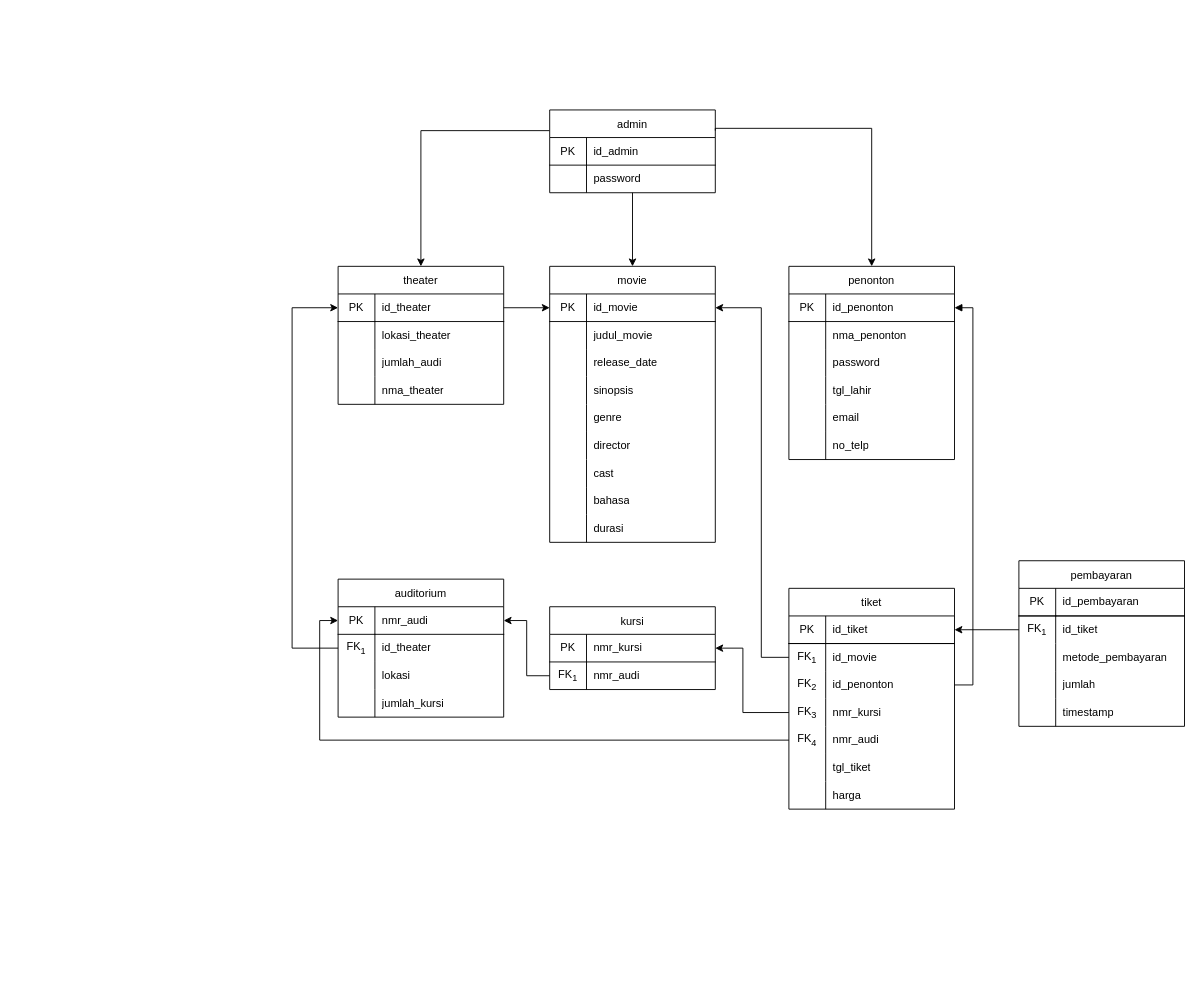
Before: e-commerce_cdm.drawio in vinnnna/sistem-basis-data, a draw.io diagram. Source tidied: cells renumbered, new cells numbered last; positions are measured from the earlier drawing's top-left corner, leaving out a move shared by most shapes. Both pictures are drawn from the tidied source at 92%, with x=0, y=0 at pixel (292, 109).
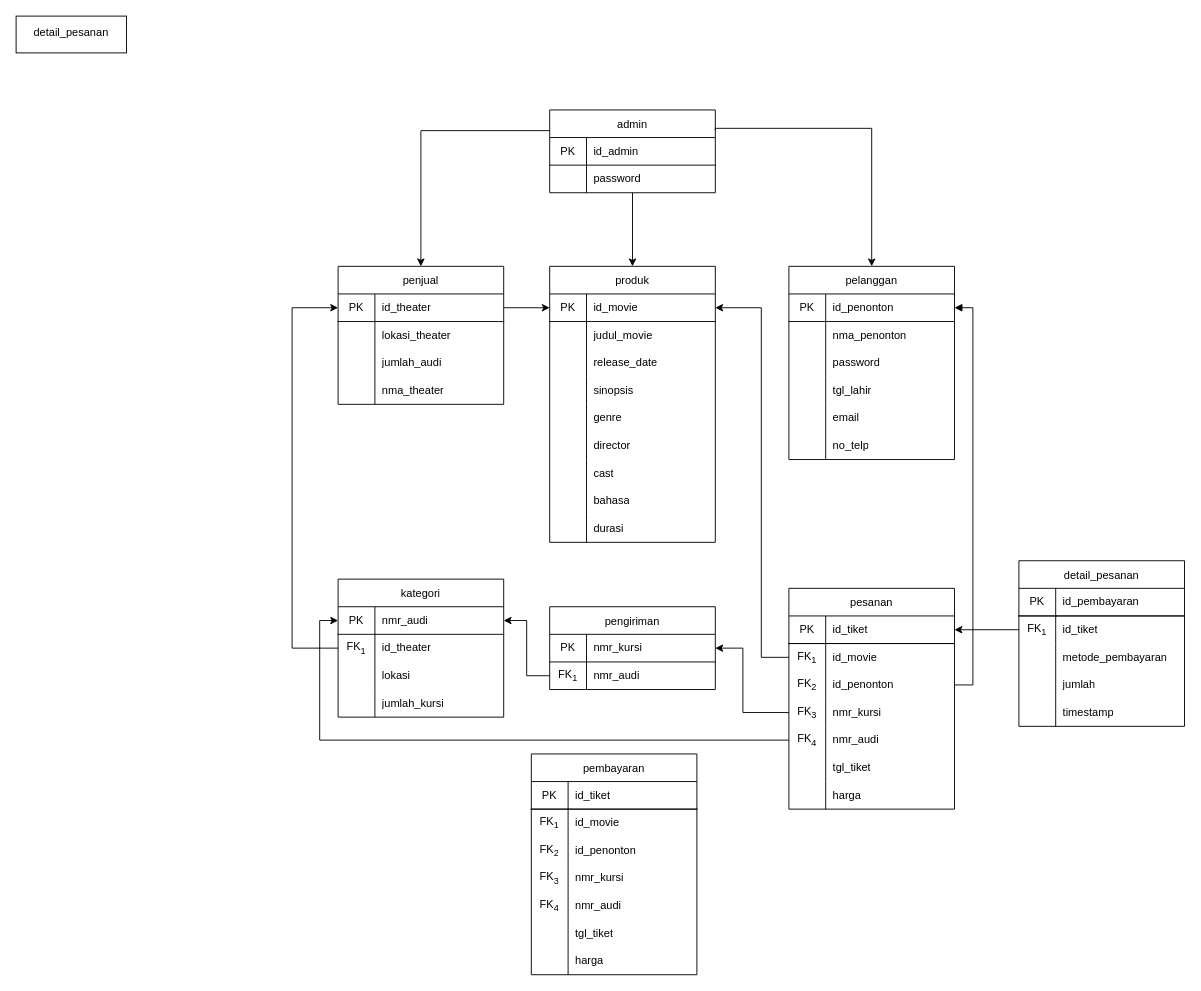
Above is the later version.

Diff of the diagram source:
```diff
@@
-    <mxCell id="2" value="theater" style="shape=table;startSize=30;childLayout=tableLayout;rowLines=0;fontStyle=0;strokeColor=default;fontSize=12;" parent="1" vertex="1">
+    <mxCell id="2" value="penjual" style="shape=table;startSize=30;childLayout=tableLayout;rowLines=0;fontStyle=0;strokeColor=default;fontSize=12;" parent="1" vertex="1">
       <mxGeometry x="50" y="170" width="180" height="150" as="geometry" />
     </mxCell>
@@
-    <mxCell id="15" value="movie" style="shape=table;startSize=30;childLayout=tableLayout;rowLines=0;fontStyle=0;strokeColor=default;fontSize=12;" parent="1" vertex="1">
+    <mxCell id="15" value="produk" style="shape=table;startSize=30;childLayout=tableLayout;rowLines=0;fontStyle=0;strokeColor=default;fontSize=12;" parent="1" vertex="1">
       <mxGeometry x="280" y="170" width="180" height="300" as="geometry" />
     </mxCell>
@@
-    <mxCell id="43" value="tiket" style="shape=table;startSize=30;childLayout=tableLayout;rowLines=0;fontStyle=0;strokeColor=default;fontSize=12;" parent="1" vertex="1">
+    <mxCell id="43" value="pesanan" style="shape=table;startSize=30;childLayout=tableLayout;rowLines=0;fontStyle=0;strokeColor=default;fontSize=12;" parent="1" vertex="1">
       <mxGeometry x="540" y="520" width="180" height="240" as="geometry" />
     </mxCell>
@@
-    <mxCell id="65" value="pembayaran" style="shape=table;startSize=30;childLayout=tableLayout;rowLines=0;fontStyle=0;strokeColor=default;fontSize=12;" parent="1" vertex="1">
+    <mxCell id="65" value="detail_pesanan" style="shape=table;startSize=30;childLayout=tableLayout;rowLines=0;fontStyle=0;strokeColor=default;fontSize=12;" parent="1" vertex="1">
       <mxGeometry x="790" y="490" width="180" height="180" as="geometry" />
     </mxCell>
@@
-    <mxCell id="81" value="penonton" style="shape=table;startSize=30;childLayout=tableLayout;rowLines=0;fontStyle=0;strokeColor=default;fontSize=12;" parent="1" vertex="1">
+    <mxCell id="81" value="pelanggan" style="shape=table;startSize=30;childLayout=tableLayout;rowLines=0;fontStyle=0;strokeColor=default;fontSize=12;" parent="1" vertex="1">
       <mxGeometry x="540" y="170" width="180" height="210" as="geometry" />
     </mxCell>
@@
-    <mxCell id="109" value="auditorium" style="shape=table;startSize=30;childLayout=tableLayout;rowLines=0;fontStyle=0;strokeColor=default;fontSize=12;" parent="1" vertex="1">
+    <mxCell id="109" value="kategori" style="shape=table;startSize=30;childLayout=tableLayout;rowLines=0;fontStyle=0;strokeColor=default;fontSize=12;" parent="1" vertex="1">
       <mxGeometry x="50" y="510" width="180" height="150" as="geometry" />
     </mxCell>
@@
-    <mxCell id="122" value="kursi" style="shape=table;startSize=30;childLayout=tableLayout;rowLines=0;fontStyle=0;strokeColor=default;fontSize=12;" parent="1" vertex="1">
+    <mxCell id="122" value="pengiriman" style="shape=table;startSize=30;childLayout=tableLayout;rowLines=0;fontStyle=0;strokeColor=default;fontSize=12;" parent="1" vertex="1">
       <mxGeometry x="280" y="540" width="180" height="90" as="geometry" />
     </mxCell>
@@
+    <mxCell id="138" value="detail_pesanan" style="whiteSpace=wrap;html=1;shadow=0;strokeWidth=1;spacing=6;spacingTop=-4;" parent="1" vertex="1">
+      <mxGeometry x="-300" y="-102" width="120" height="40" as="geometry" />
+    </mxCell>
+    <mxCell id="139" value="pembayaran" style="shape=table;startSize=30;childLayout=tableLayout;rowLines=0;fontStyle=0;strokeColor=default;fontSize=12;" parent="1" vertex="1">
+      <mxGeometry x="260" y="700" width="180" height="240" as="geometry" />
+    </mxCell>
+    <mxCell id="140" style="shape=tableRow;horizontal=0;startSize=0;swimlaneHead=0;swimlaneBody=0;top=0;left=0;bottom=0;right=0;fillColor=none;strokeColor=inherit;fontSize=12;" parent="139" vertex="1">
+      <mxGeometry y="30" width="180" height="30" as="geometry" />
+    </mxCell>
+    <mxCell id="141" value="PK" style="shape=partialRectangle;html=1;whiteSpace=wrap;fillColor=none;top=0;left=0;bottom=1;right=0;overflow=hidden;strokeColor=inherit;fontSize=12;" parent="140" vertex="1">
+      <mxGeometry width="40" height="30" as="geometry" />
+    </mxCell>
+    <mxCell id="142" value="id_tiket" style="shape=partialRectangle;html=1;whiteSpace=wrap;fillColor=none;top=0;left=0;bottom=1;right=0;align=left;spacingLeft=6;overflow=hidden;strokeColor=inherit;fontSize=12;strokeWidth=1;" parent="140" vertex="1">
+      <mxGeometry x="40" width="140" height="30" as="geometry" />
+    </mxCell>
+    <mxCell id="143" style="shape=tableRow;horizontal=0;startSize=0;swimlaneHead=0;swimlaneBody=0;top=0;left=0;bottom=0;right=0;fillColor=none;strokeColor=inherit;fontSize=12;" parent="139" vertex="1">
+      <mxGeometry y="60" width="180" height="30" as="geometry" />
+    </mxCell>
+    <mxCell id="144" value="FK&lt;sub&gt;1&lt;/sub&gt;" style="shape=partialRectangle;html=1;whiteSpace=wrap;fillColor=none;top=1;left=0;bottom=0;right=0;overflow=hidden;strokeColor=inherit;fontSize=12;" parent="143" vertex="1">
+      <mxGeometry width="40" height="30" as="geometry" />
+    </mxCell>
+    <mxCell id="145" value="id_movie" style="shape=partialRectangle;html=1;whiteSpace=wrap;fillColor=none;top=1;left=0;bottom=0;right=0;align=left;spacingLeft=6;overflow=hidden;strokeColor=inherit;fontSize=12;" parent="143" vertex="1">
+      <mxGeometry x="40" width="140" height="30" as="geometry" />
+    </mxCell>
+    <mxCell id="146" style="shape=tableRow;horizontal=0;startSize=0;swimlaneHead=0;swimlaneBody=0;top=0;left=0;bottom=0;right=0;fillColor=none;strokeColor=inherit;fontSize=12;" parent="139" vertex="1">
+      <mxGeometry y="90" width="180" height="30" as="geometry" />
+    </mxCell>
+    <mxCell id="147" value="FK&lt;sub&gt;2&lt;/sub&gt;" style="shape=partialRectangle;html=1;whiteSpace=wrap;fillColor=none;top=0;left=0;bottom=0;right=0;overflow=hidden;strokeColor=inherit;fontSize=12;" parent="146" vertex="1">
+      <mxGeometry width="40" height="30" as="geometry" />
+    </mxCell>
+    <mxCell id="148" value="id_penonton" style="shape=partialRectangle;html=1;whiteSpace=wrap;fillColor=none;top=0;left=0;bottom=0;right=0;align=left;spacingLeft=6;overflow=hidden;strokeColor=inherit;fontSize=12;" parent="146" vertex="1">
+      <mxGeometry x="40" width="140" height="30" as="geometry" />
+    </mxCell>
+    <mxCell id="149" style="shape=tableRow;horizontal=0;startSize=0;swimlaneHead=0;swimlaneBody=0;top=0;left=0;bottom=0;right=0;fillColor=none;strokeColor=inherit;fontSize=12;" parent="139" vertex="1">
+      <mxGeometry y="120" width="180" height="30" as="geometry" />
+    </mxCell>
+    <mxCell id="150" value="FK&lt;sub&gt;3&lt;/sub&gt;" style="shape=partialRectangle;html=1;whiteSpace=wrap;fillColor=none;top=0;left=0;bottom=0;right=0;overflow=hidden;strokeColor=inherit;fontSize=12;" parent="149" vertex="1">
+      <mxGeometry width="40" height="30" as="geometry" />
+    </mxCell>
+    <mxCell id="151" value="nmr_kursi" style="shape=partialRectangle;html=1;whiteSpace=wrap;fillColor=none;top=0;left=0;bottom=0;right=0;align=left;spacingLeft=6;overflow=hidden;strokeColor=inherit;fontSize=12;" parent="149" vertex="1">
+      <mxGeometry x="40" width="140" height="30" as="geometry" />
+    </mxCell>
+    <mxCell id="152" style="shape=tableRow;horizontal=0;startSize=0;swimlaneHead=0;swimlaneBody=0;top=0;left=0;bottom=0;right=0;fillColor=none;strokeColor=inherit;fontSize=12;" parent="139" vertex="1">
+      <mxGeometry y="150" width="180" height="30" as="geometry" />
+    </mxCell>
+    <mxCell id="153" value="FK&lt;sub&gt;4&lt;/sub&gt;" style="shape=partialRectangle;html=1;whiteSpace=wrap;fillColor=none;top=0;left=0;bottom=0;right=0;overflow=hidden;strokeColor=inherit;fontSize=12;" parent="152" vertex="1">
+      <mxGeometry width="40" height="30" as="geometry" />
+    </mxCell>
+    <mxCell id="154" value="nmr_audi" style="shape=partialRectangle;html=1;whiteSpace=wrap;fillColor=none;top=0;left=0;bottom=0;right=0;align=left;spacingLeft=6;overflow=hidden;strokeColor=inherit;fontSize=12;" parent="152" vertex="1">
+      <mxGeometry x="40" width="140" height="30" as="geometry" />
+    </mxCell>
+    <mxCell id="155" style="shape=tableRow;horizontal=0;startSize=0;swimlaneHead=0;swimlaneBody=0;top=0;left=0;bottom=0;right=0;fillColor=none;strokeColor=inherit;fontSize=12;" parent="139" vertex="1">
+      <mxGeometry y="180" width="180" height="30" as="geometry" />
+    </mxCell>
+    <mxCell id="156" style="shape=partialRectangle;html=1;whiteSpace=wrap;fillColor=none;top=0;left=0;bottom=0;right=0;overflow=hidden;strokeColor=inherit;fontSize=12;" parent="155" vertex="1">
+      <mxGeometry width="40" height="30" as="geometry" />
+    </mxCell>
+    <mxCell id="157" value="tgl_tiket" style="shape=partialRectangle;html=1;whiteSpace=wrap;fillColor=none;top=0;left=0;bottom=0;right=0;align=left;spacingLeft=6;overflow=hidden;strokeColor=inherit;fontSize=12;" parent="155" vertex="1">
+      <mxGeometry x="40" width="140" height="30" as="geometry" />
+    </mxCell>
+    <mxCell id="158" style="shape=tableRow;horizontal=0;startSize=0;swimlaneHead=0;swimlaneBody=0;top=0;left=0;bottom=0;right=0;fillColor=none;strokeColor=inherit;fontSize=12;" parent="139" vertex="1">
+      <mxGeometry y="210" width="180" height="30" as="geometry" />
+    </mxCell>
+    <mxCell id="159" style="shape=partialRectangle;html=1;whiteSpace=wrap;fillColor=none;top=0;left=0;bottom=0;right=0;overflow=hidden;strokeColor=inherit;fontSize=12;" parent="158" vertex="1">
+      <mxGeometry width="40" height="30" as="geometry" />
+    </mxCell>
+    <mxCell id="160" value="harga" style="shape=partialRectangle;html=1;whiteSpace=wrap;fillColor=none;top=0;left=0;bottom=0;right=0;align=left;spacingLeft=6;overflow=hidden;strokeColor=inherit;fontSize=12;" parent="158" vertex="1">
+      <mxGeometry x="40" width="140" height="30" as="geometry" />
+    </mxCell>
```
